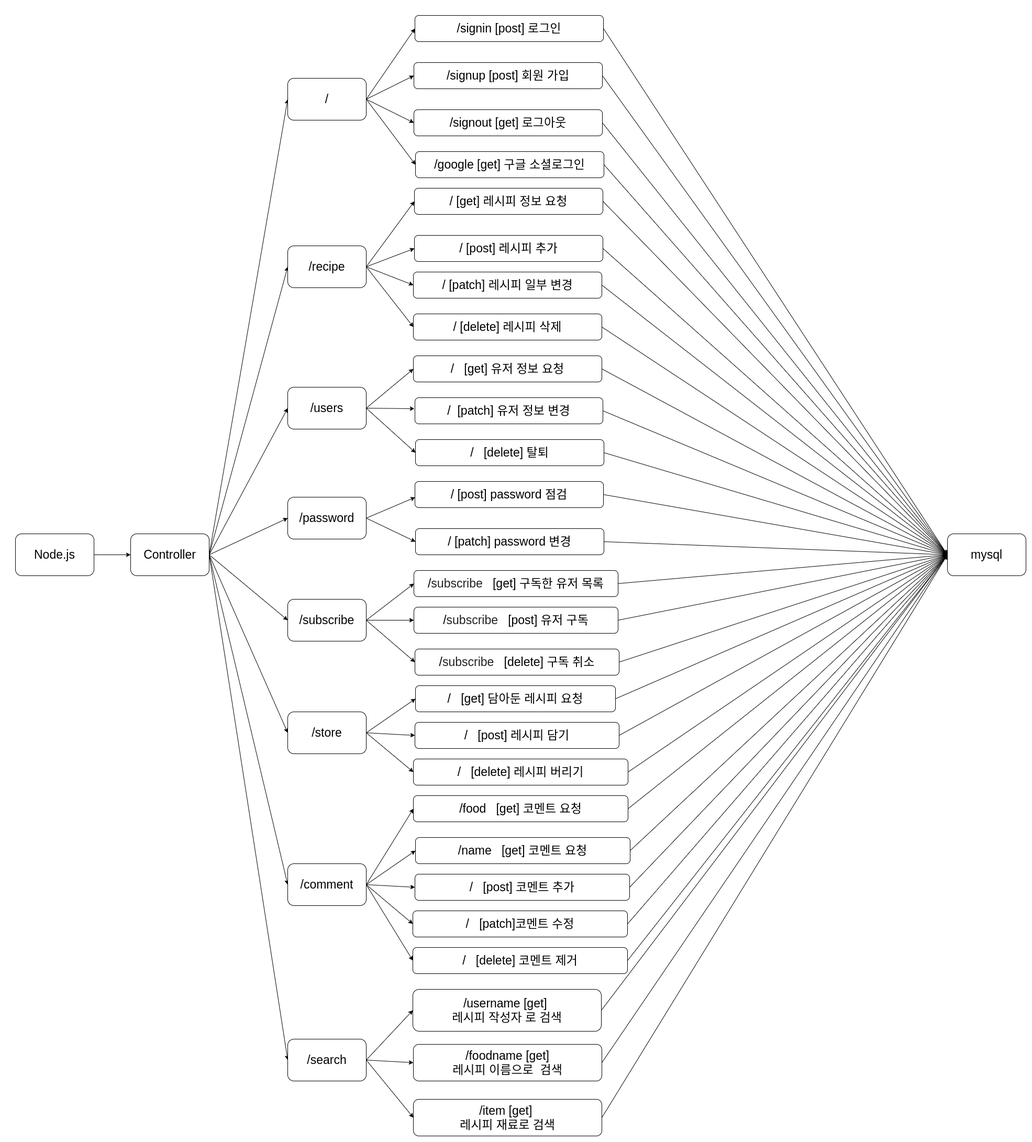
This is images/back_flow.png from triple486/Recipe_101-client-, a draw.io export, as it was before one commit. Source tidied: cells renumbered, new cells last; positions are measured from the earlier drawing's top-left corner, leaving out a move shared by most shapes.
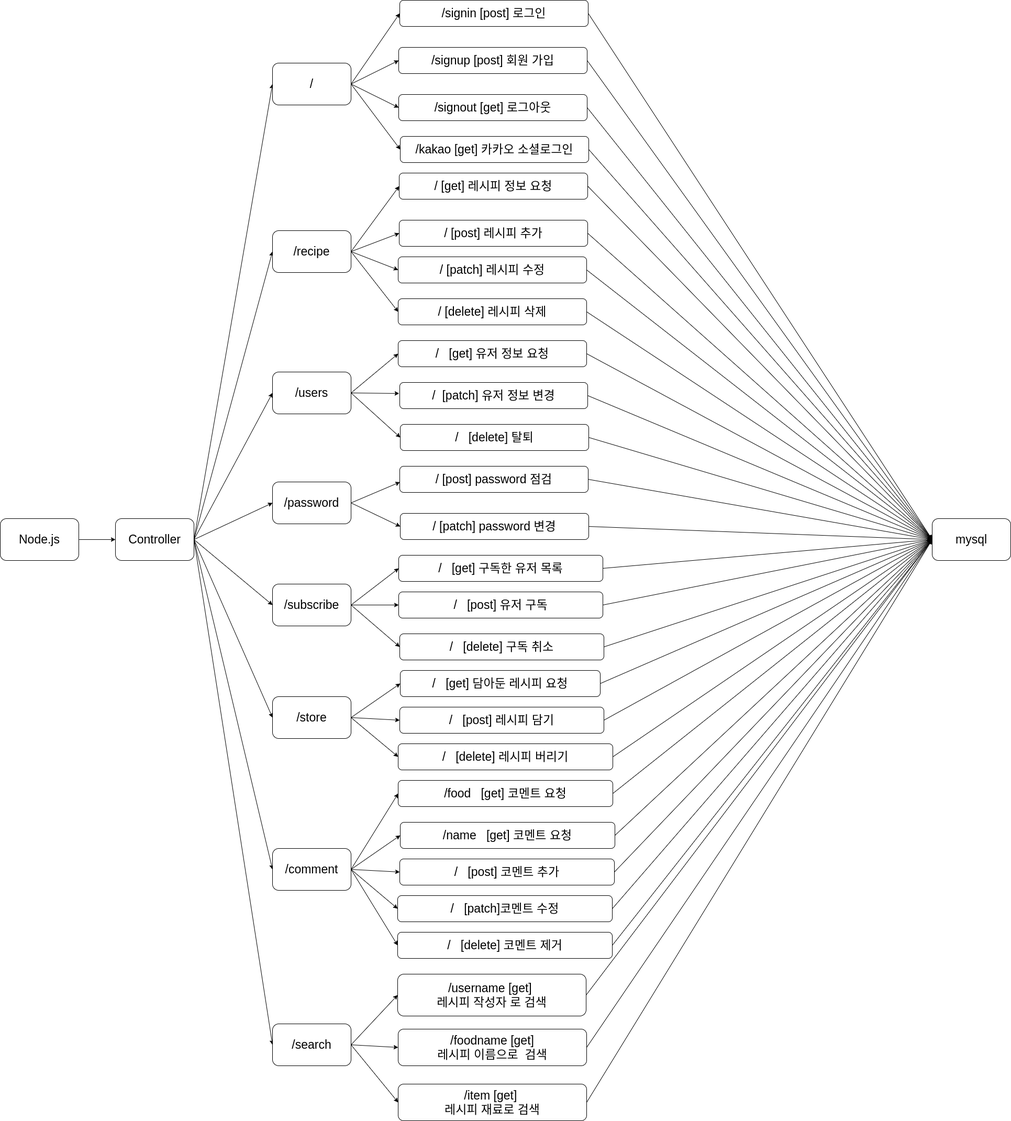
After the commit.

The edit, as a diff of the source:
```diff
@@ -203,7 +203,7 @@
         </Array>
       </mxGeometry>
     </mxCell>
-    <mxCell id="67" value="/ [patch] 레시피 일부 변경" style="text;html=1;align=center;verticalAlign=middle;whiteSpace=wrap;rounded=1;strokeColor=#000000;fontSize=23;fillColor=#ffffff;" parent="1" vertex="1">
+    <mxCell id="67" value="/ [patch] 레시피 수정" style="text;html=1;align=center;verticalAlign=middle;whiteSpace=wrap;rounded=1;strokeColor=#000000;fontSize=23;fillColor=#ffffff;" parent="1" vertex="1">
       <mxGeometry x="760" y="490" width="360" height="50" as="geometry" />
     </mxCell>
     <mxCell id="68" style="edgeStyle=none;rounded=0;jettySize=auto;html=1;exitX=1;exitY=0.5;exitDx=0;exitDy=0;entryX=0;entryY=0.5;entryDx=0;entryDy=0;" parent="1" edge="1" source="69" target="72">
@@ -251,19 +251,19 @@
     <mxCell id="82" style="edgeStyle=none;rounded=0;jettySize=auto;html=1;exitX=1;exitY=0.5;exitDx=0;exitDy=0;entryX=0;entryY=0.5;entryDx=0;entryDy=0;" parent="1" edge="1" source="83" target="72">
       <mxGeometry relative="1" as="geometry" />
     </mxCell>
-    <mxCell id="83" value="&lt;font style=&quot;font-size: 23px&quot;&gt;/&lt;span style=&quot;color: rgb(32 , 33 , 36) ; font-family: inherit ; text-align: left&quot;&gt;subscribe&lt;/span&gt;&lt;span&gt;&amp;nbsp; &amp;nbsp;[get] 구독한 유저 목록&lt;/span&gt;&lt;/font&gt;" style="text;html=1;align=center;verticalAlign=middle;whiteSpace=wrap;rounded=1;strokeColor=#000000;fontSize=23;fillColor=#ffffff;" parent="1" vertex="1">
+    <mxCell id="83" value="&lt;div style=&quot;text-align: left&quot;&gt;&lt;span&gt;/&lt;/span&gt;&lt;span&gt;&amp;nbsp; &amp;nbsp;[get] 구독한 유저 목록&lt;/span&gt;&lt;/div&gt;" style="text;html=1;align=center;verticalAlign=middle;whiteSpace=wrap;rounded=1;strokeColor=#000000;fontSize=23;fillColor=#ffffff;" parent="1" vertex="1">
       <mxGeometry x="761" y="1060" width="390" height="50" as="geometry" />
     </mxCell>
     <mxCell id="84" style="edgeStyle=none;rounded=0;jettySize=auto;html=1;exitX=1;exitY=0.5;exitDx=0;exitDy=0;entryX=0;entryY=0.5;entryDx=0;entryDy=0;" parent="1" edge="1" source="85" target="72">
       <mxGeometry relative="1" as="geometry" />
     </mxCell>
-    <mxCell id="85" value="&lt;font style=&quot;font-size: 23px&quot;&gt;/&lt;span style=&quot;color: rgb(32 , 33 , 36) ; font-family: inherit ; text-align: left&quot;&gt;subscribe&lt;/span&gt;&lt;span&gt;&amp;nbsp; &amp;nbsp;[post] 유저 구독&lt;/span&gt;&lt;/font&gt;" style="text;html=1;align=center;verticalAlign=middle;whiteSpace=wrap;rounded=1;strokeColor=#000000;fontSize=23;fillColor=#ffffff;" parent="1" vertex="1">
+    <mxCell id="85" value="&lt;div style=&quot;text-align: left&quot;&gt;&lt;span&gt;/&lt;/span&gt;&lt;span&gt;&amp;nbsp; &amp;nbsp;[post] 유저 구독&lt;/span&gt;&lt;/div&gt;" style="text;html=1;align=center;verticalAlign=middle;whiteSpace=wrap;rounded=1;strokeColor=#000000;fontSize=23;fillColor=#ffffff;" parent="1" vertex="1">
       <mxGeometry x="761" y="1130" width="390" height="50" as="geometry" />
     </mxCell>
     <mxCell id="86" style="edgeStyle=none;rounded=0;jettySize=auto;html=1;exitX=1;exitY=0.5;exitDx=0;exitDy=0;entryX=0;entryY=0.5;entryDx=0;entryDy=0;" parent="1" edge="1" source="87" target="72">
       <mxGeometry relative="1" as="geometry" />
     </mxCell>
-    <mxCell id="87" value="&lt;font style=&quot;font-size: 23px&quot;&gt;/&lt;span style=&quot;color: rgb(32 , 33 , 36) ; font-family: inherit ; text-align: left&quot;&gt;subscribe&lt;/span&gt;&lt;span&gt;&amp;nbsp; &amp;nbsp;[delete] 구독 취소&lt;/span&gt;&lt;/font&gt;" style="text;html=1;align=center;verticalAlign=middle;whiteSpace=wrap;rounded=1;strokeColor=#000000;fontSize=23;fillColor=#ffffff;" parent="1" vertex="1">
+    <mxCell id="87" value="&lt;font style=&quot;font-size: 23px&quot;&gt;/&lt;span&gt;&amp;nbsp; &amp;nbsp;[delete] 구독 취소&lt;/span&gt;&lt;/font&gt;" style="text;html=1;align=center;verticalAlign=middle;whiteSpace=wrap;rounded=1;strokeColor=#000000;fontSize=23;fillColor=#ffffff;" parent="1" vertex="1">
       <mxGeometry x="763" y="1210" width="390" height="50" as="geometry" />
     </mxCell>
     <mxCell id="88" style="edgeStyle=none;rounded=0;jettySize=auto;html=1;exitX=1;exitY=0.5;exitDx=0;exitDy=0;entryX=0;entryY=0.5;entryDx=0;entryDy=0;" parent="1" edge="1" source="89" target="72">
@@ -319,7 +319,7 @@
     <mxCell id="104" style="edgeStyle=none;rounded=0;jettySize=auto;html=1;exitX=1;exitY=0.5;exitDx=0;exitDy=0;entryX=0;entryY=0.5;entryDx=0;entryDy=0;" parent="1" edge="1" source="105" target="72">
       <mxGeometry relative="1" as="geometry" />
     </mxCell>
-    <mxCell id="105" value="/google [get] 구글 소셜로그인" style="text;html=1;align=center;verticalAlign=middle;whiteSpace=wrap;rounded=1;strokeColor=#000000;fontSize=23;fillColor=#ffffff;" parent="1" vertex="1">
+    <mxCell id="105" value="/kakao [get] 카카오 소셜로그인" style="text;html=1;align=center;verticalAlign=middle;whiteSpace=wrap;rounded=1;strokeColor=#000000;fontSize=23;fillColor=#ffffff;" parent="1" vertex="1">
       <mxGeometry x="764" y="260" width="360" height="50" as="geometry" />
     </mxCell>
   </root>
```
